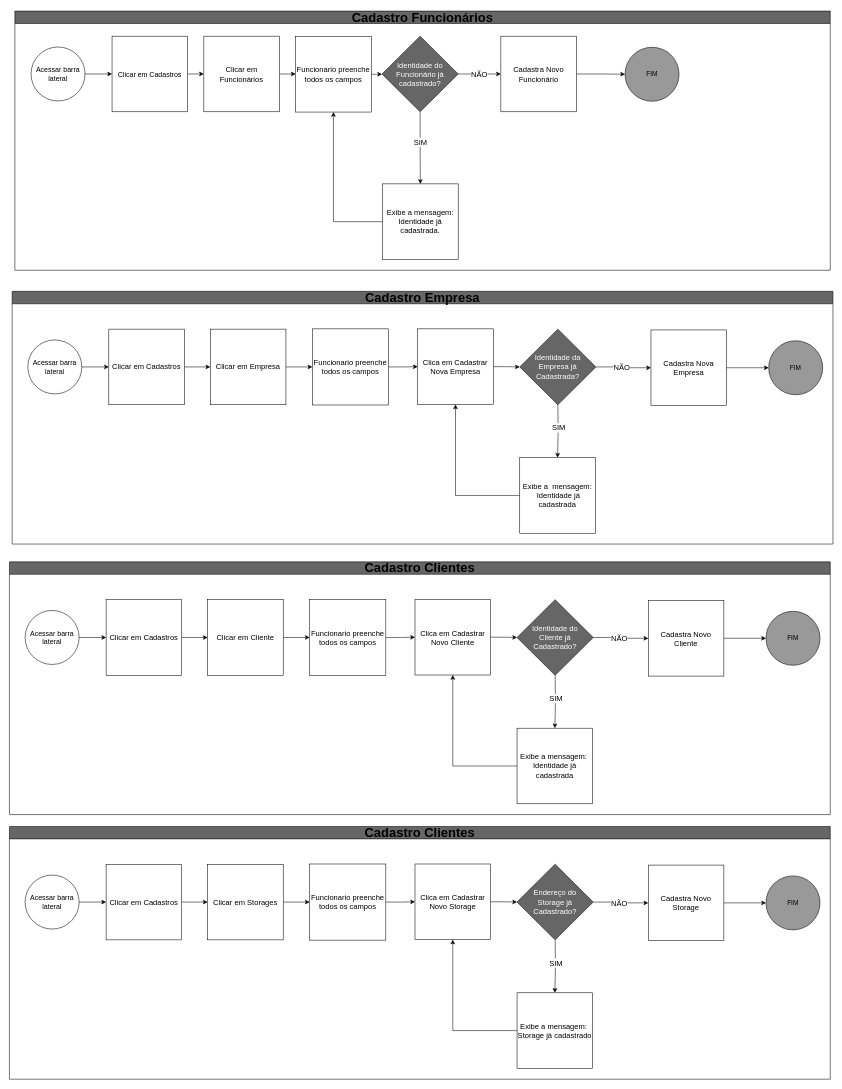
eothigas/YS_Storage keeps this draw.io diagram as page "Page-1" (1 of 2) of fluxogramas/YS-Fluxo.drawio. Above is the earlier version. Source tidied: cells renumbered, new cells numbered last; positions are measured from the earlier drawing's top-left corner, leaving out a move shared by most shapes. Both pictures are drawn from the tidied source at 54%, with x=0, y=0 at pixel (9, 11).
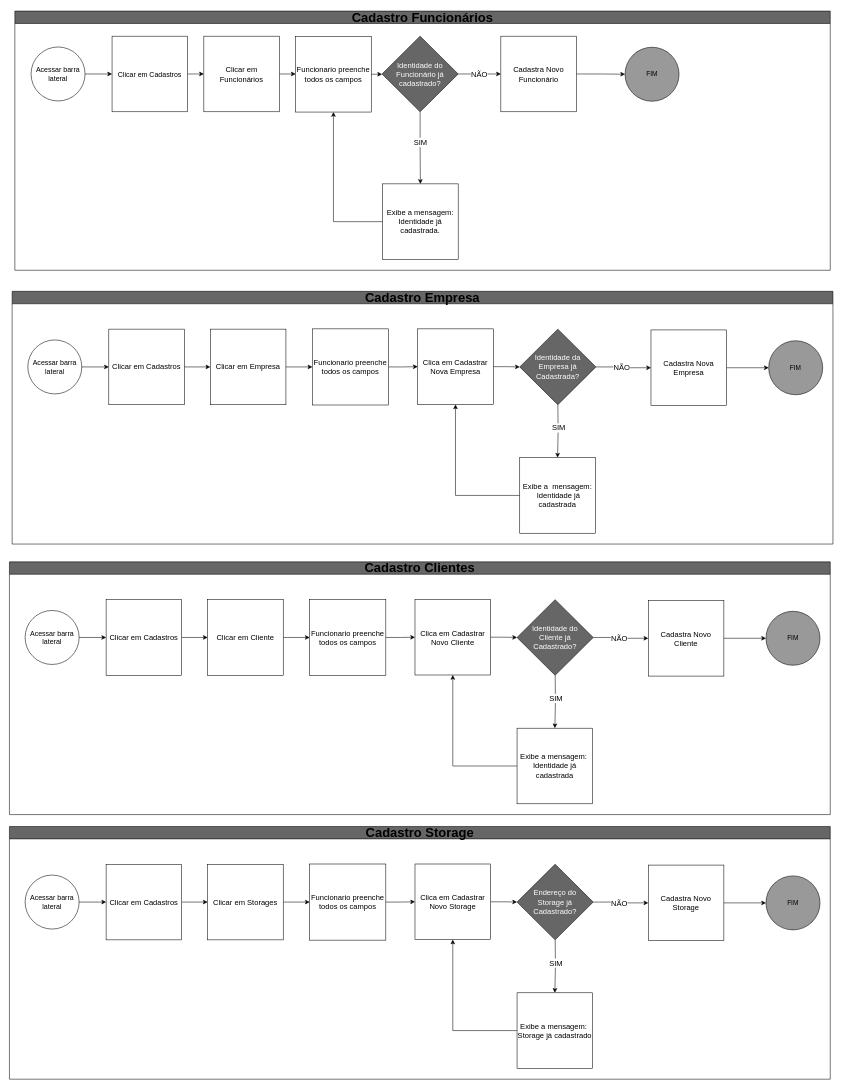
The same diagram, later.

Diff of the diagram source:
```diff
@@
-    <mxCell id="67" value="&lt;font style=&quot;font-size: 24px;&quot;&gt;Cadastro Clientes&lt;/font&gt;" style="swimlane;whiteSpace=wrap;html=1;fillColor=#666666;startSize=23;" parent="1" vertex="1">
+    <mxCell id="67" value="&lt;font style=&quot;font-size: 24px;&quot;&gt;Cadastro Storage&lt;/font&gt;" style="swimlane;whiteSpace=wrap;html=1;fillColor=#666666;startSize=23;" parent="1" vertex="1">
       <mxGeometry y="1510" width="1520" height="468" as="geometry" />
     </mxCell>
```
